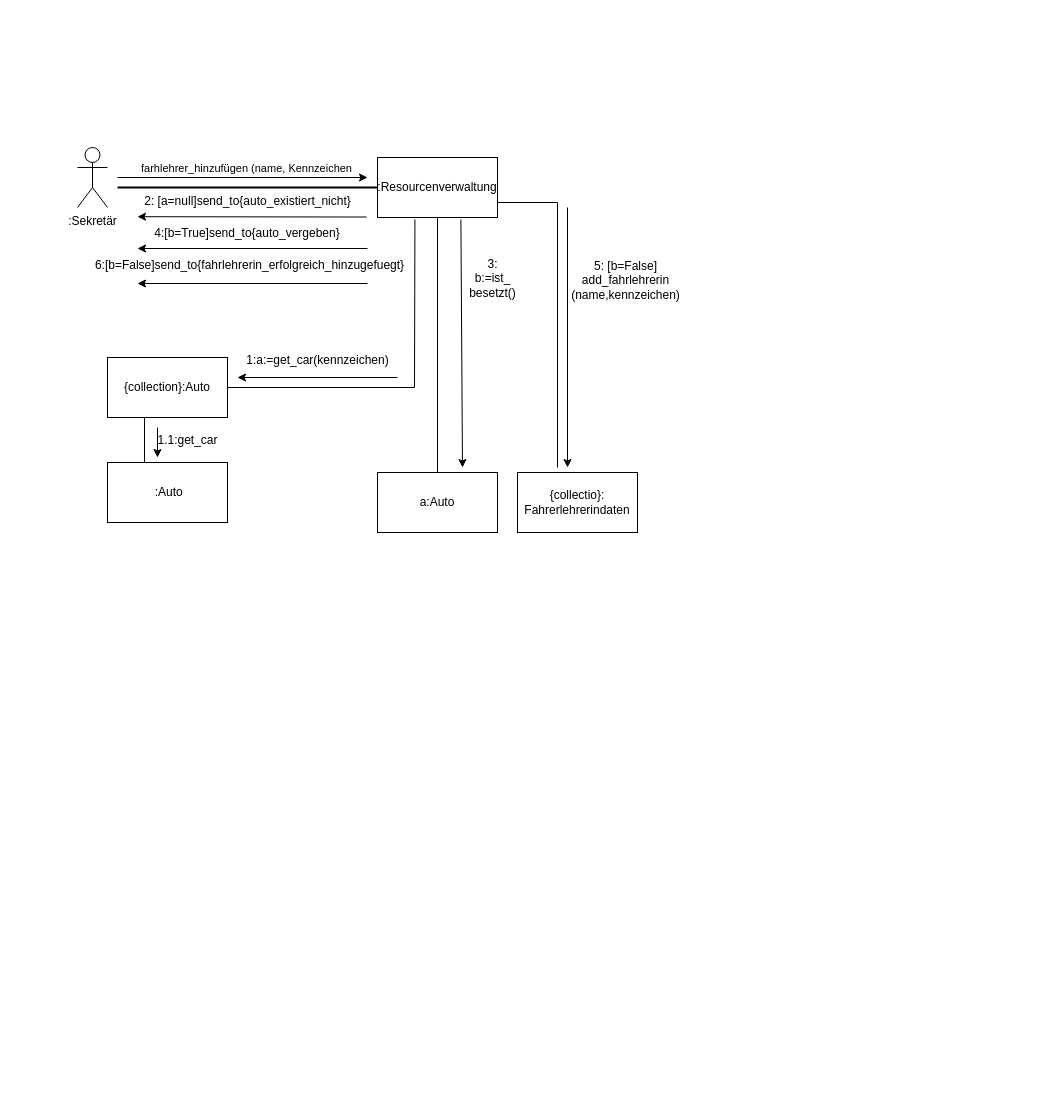
The draw.io diagram Praktkum2.drawio in DseaKu/drawIO, before the edit. Source tidied: cells renumbered, new cells numbered last; positions are measured from the earlier drawing's top-left corner, leaving out a move shared by most shapes. Both pictures are drawn from the tidied source at 100%, with x=0, y=0 at pixel (77, 147).
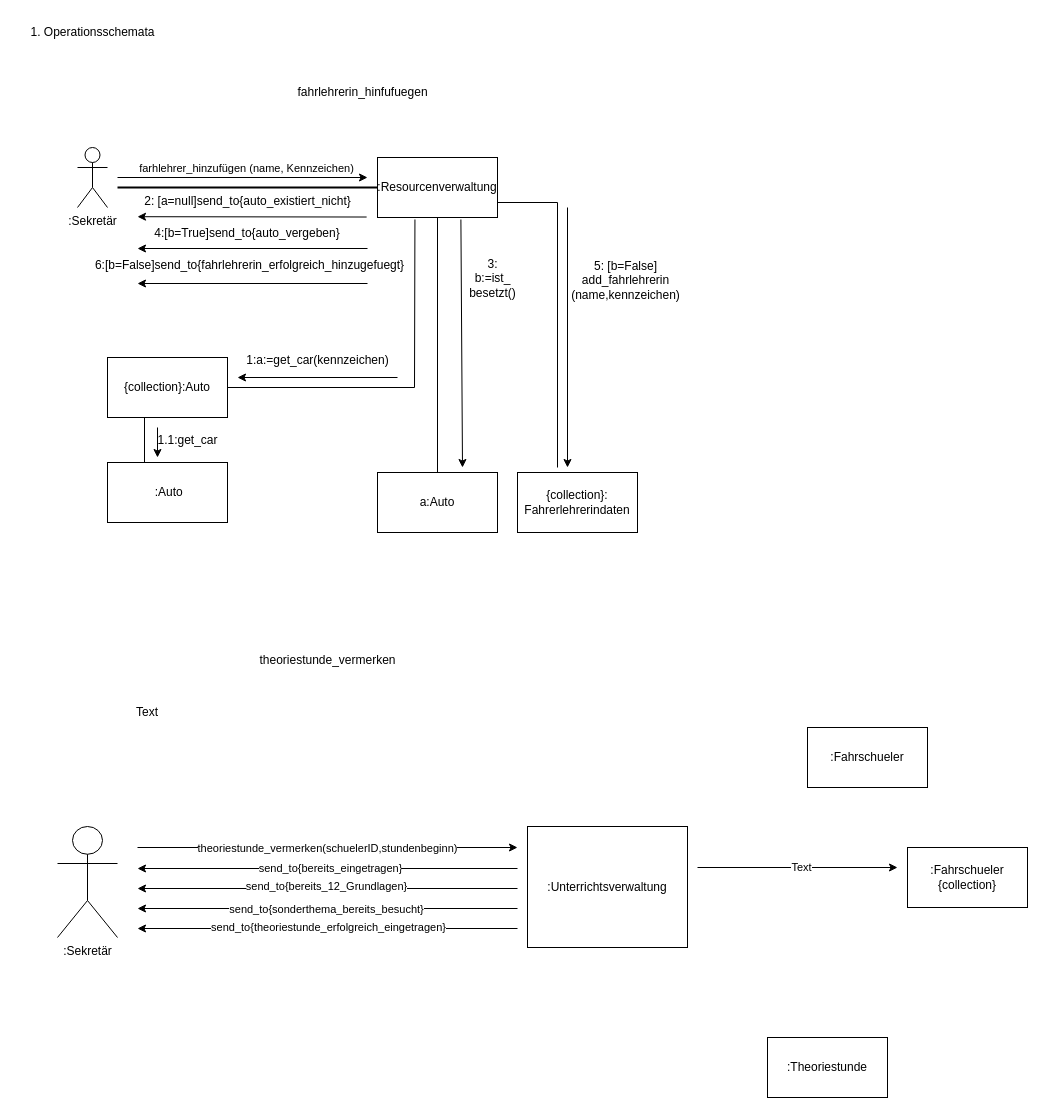
After the change.

Unchanged cells that the change refers to:
```xml
<mxCell id="4" style="endArrow=classic;html=1;rounded=0;" parent="1" edge="1">
  <mxGeometry relative="1" as="geometry">
    <mxPoint x="40" y="30" as="sourcePoint" />
    <mxPoint x="290" y="30" as="targetPoint" />
  </mxGeometry>
</mxCell>
```

The edit, as a diff of the source:
```diff
@@
-    <mxCell id="5" value="farhlehrer_hinzufügen (name, Kennzeichen" style="edgeLabel;html=1;align=center;verticalAlign=middle;" parent="4" vertex="1">
+    <mxCell id="5" value="farhlehrer_hinzufügen (name, Kennzeichen)" style="edgeLabel;html=1;align=center;verticalAlign=middle;" parent="4" vertex="1">
       <mxGeometry x="0.02" y="3" relative="1" as="geometry">
         <mxPoint y="-7" as="offset" />
       </mxGeometry>
     </mxCell>
@@
-    <mxCell id="23" value="{collectio}:&lt;br&gt;Fahrerlehrerindaten" style="whiteSpace=wrap;html=1;" parent="1" vertex="1">
+    <mxCell id="23" value="{collection}:&lt;br&gt;Fahrerlehrerindaten" style="whiteSpace=wrap;html=1;" parent="1" vertex="1">
       <mxGeometry x="440" y="325" width="120" height="60" as="geometry" />
     </mxCell>
@@
+    <mxCell id="29" value="fahrlehrerin_hinfufuegen&lt;br&gt;" style="text;html=1;align=center;verticalAlign=middle;strokeColor=none;fillColor=none;" parent="1" vertex="1">
+      <mxGeometry x="210" y="-70" width="150" height="30" as="geometry" />
+    </mxCell>
+    <mxCell id="30" value="1. Operationsschemata" style="text;html=1;align=center;verticalAlign=middle;strokeColor=none;fillColor=none;" parent="1" vertex="1">
+      <mxGeometry x="-60" y="-130" width="150" height="30" as="geometry" />
+    </mxCell>
+    <mxCell id="31" value=":Sekretär" style="shape=umlActor;verticalLabelPosition=bottom;verticalAlign=top;html=1;" parent="1" vertex="1">
+      <mxGeometry x="-20" y="679" width="60" height="111" as="geometry" />
+    </mxCell>
+    <mxCell id="32" value="theoriestunde_vermerken" style="text;html=1;align=center;verticalAlign=middle;strokeColor=none;fillColor=none;" parent="1" vertex="1">
+      <mxGeometry x="170" y="498" width="160" height="30" as="geometry" />
+    </mxCell>
+    <mxCell id="33" value=":Unterrichtsverwaltung" style="whiteSpace=wrap;html=1;" parent="1" vertex="1">
+      <mxGeometry x="450" y="679" width="160" height="121" as="geometry" />
+    </mxCell>
+    <mxCell id="34" value="Text" style="text;html=1;strokeColor=none;fillColor=none;align=center;verticalAlign=middle;whiteSpace=wrap;rounded=0;" parent="1" vertex="1">
+      <mxGeometry x="40" y="550" width="60" height="30" as="geometry" />
+    </mxCell>
+    <mxCell id="35" style="endArrow=classic;html=1;rounded=0;" parent="1" edge="1">
+      <mxGeometry relative="1" as="geometry">
+        <mxPoint x="60" y="700" as="sourcePoint" />
+        <mxPoint x="440" y="700" as="targetPoint" />
+      </mxGeometry>
+    </mxCell>
+    <mxCell id="36" value="theoriestunde_vermerken(schuelerID,stundenbeginn)" style="edgeLabel;html=1;align=center;verticalAlign=middle;" parent="35" vertex="1">
+      <mxGeometry x="0.01" y="-1" relative="1" as="geometry">
+        <mxPoint x="-3" y="-1" as="offset" />
+      </mxGeometry>
+    </mxCell>
+    <mxCell id="37" style="endArrow=classic;html=1;rounded=0;" parent="1" edge="1">
+      <mxGeometry relative="1" as="geometry">
+        <mxPoint x="440" y="721" as="sourcePoint" />
+        <mxPoint x="60" y="721" as="targetPoint" />
+      </mxGeometry>
+    </mxCell>
+    <mxCell id="38" value="send_to{bereits_eingetragen}" style="edgeLabel;html=1;align=center;verticalAlign=middle;" parent="37" vertex="1">
+      <mxGeometry x="-0.01" y="-1" relative="1" as="geometry" />
+    </mxCell>
+    <mxCell id="39" style="endArrow=classic;html=1;rounded=0;" parent="1" edge="1">
+      <mxGeometry relative="1" as="geometry">
+        <mxPoint x="440" y="741" as="sourcePoint" />
+        <mxPoint x="60" y="741" as="targetPoint" />
+      </mxGeometry>
+    </mxCell>
+    <mxCell id="40" value="send_to{bereits_12_Grundlagen}" style="edgeLabel;html=1;align=center;verticalAlign=middle;" parent="39" vertex="1">
+      <mxGeometry x="0.01" y="-3" relative="1" as="geometry" />
+    </mxCell>
+    <mxCell id="41" style="endArrow=classic;html=1;rounded=0;" parent="1" edge="1">
+      <mxGeometry relative="1" as="geometry">
+        <mxPoint x="440" y="761" as="sourcePoint" />
+        <mxPoint x="60" y="761" as="targetPoint" />
+      </mxGeometry>
+    </mxCell>
+    <mxCell id="42" value="send_to{sonderthema_bereits_besucht}" style="edgeLabel;html=1;align=center;verticalAlign=middle;" parent="41" vertex="1">
+      <mxGeometry x="0.01" relative="1" as="geometry" />
+    </mxCell>
+    <mxCell id="43" style="endArrow=classic;html=1;rounded=0;" parent="1" edge="1">
+      <mxGeometry relative="1" as="geometry">
+        <mxPoint x="440" y="781" as="sourcePoint" />
+        <mxPoint x="60" y="781" as="targetPoint" />
+      </mxGeometry>
+    </mxCell>
+    <mxCell id="44" value="send_to{theoriestunde_erfolgreich_eingetragen}" style="edgeLabel;html=1;align=center;verticalAlign=middle;" parent="43" vertex="1">
+      <mxGeometry y="-2" relative="1" as="geometry" />
+    </mxCell>
+    <mxCell id="45" value=":Fahrschueler&lt;br&gt;{collection}" style="whiteSpace=wrap;html=1;" parent="1" vertex="1">
+      <mxGeometry x="830" y="700" width="120" height="60" as="geometry" />
+    </mxCell>
+    <mxCell id="46" value=":Fahrschueler" style="whiteSpace=wrap;html=1;" parent="1" vertex="1">
+      <mxGeometry x="730" y="580" width="120" height="60" as="geometry" />
+    </mxCell>
+    <mxCell id="47" style="endArrow=classic;html=1;rounded=0;" parent="1" edge="1">
+      <mxGeometry relative="1" as="geometry">
+        <mxPoint x="620" y="720" as="sourcePoint" />
+        <mxPoint x="820" y="720" as="targetPoint" />
+      </mxGeometry>
+    </mxCell>
+    <mxCell id="48" value="Text" style="edgeLabel;html=1;align=center;verticalAlign=middle;" parent="47" vertex="1">
+      <mxGeometry x="0.03" y="1" relative="1" as="geometry" />
+    </mxCell>
+    <mxCell id="49" value=":Theoriestunde" style="whiteSpace=wrap;html=1;" parent="1" vertex="1">
+      <mxGeometry x="690" y="890" width="120" height="60" as="geometry" />
+    </mxCell>
```
